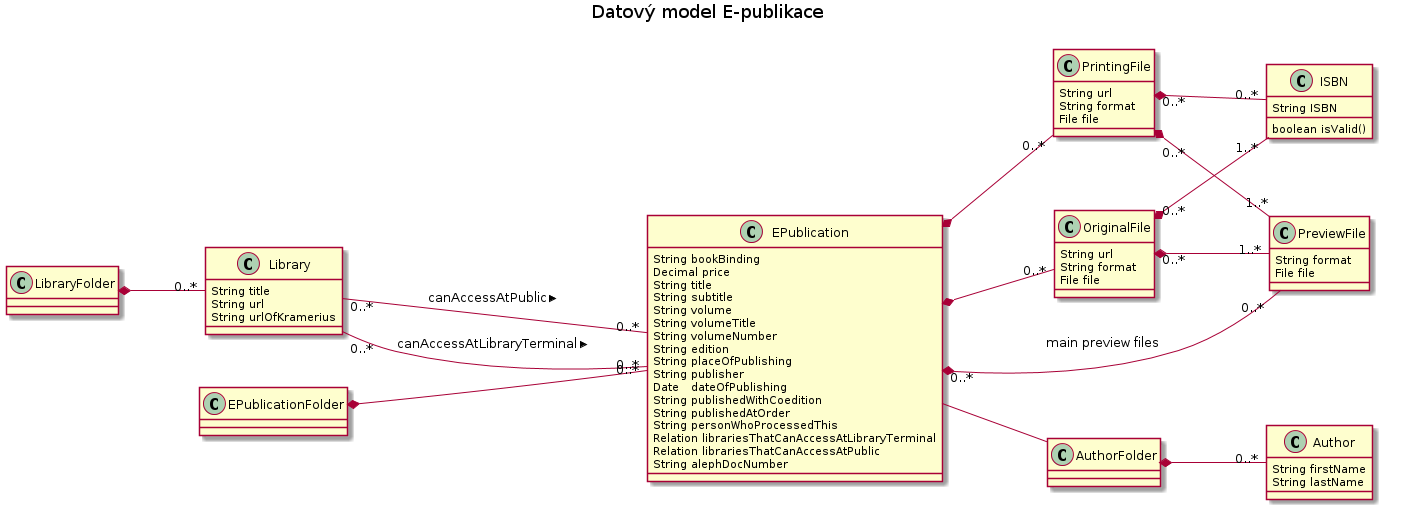
Before: docs/dm01.png, a diagram exported from PlantUML (edeposit/edeposit.policy).
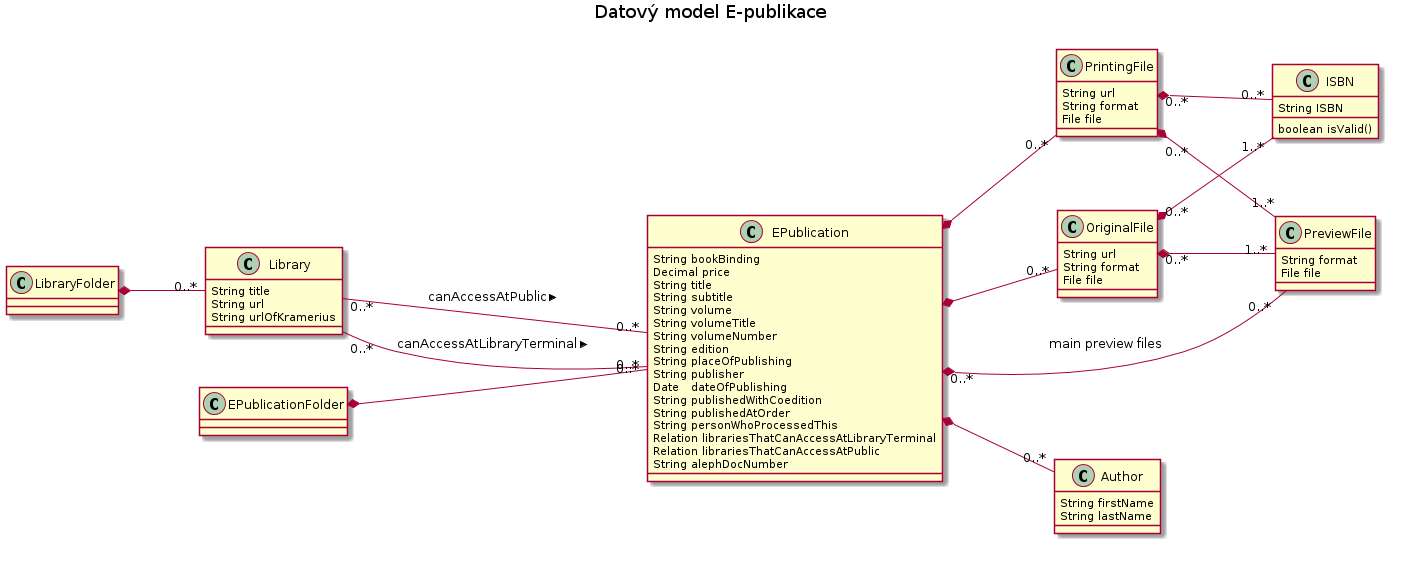
The same file after the commit.

Commit message:
author belong to epublication now. Folderish will be solved by dynamic collections.

Change to the diagram source:
```diff
@@ -28,10 +28,6 @@
 class Author {
       String firstName
       String lastName
-}
-
-class AuthorFolder {
-
 }
 
 class PrintingFile {
@@ -71,7 +67,7 @@
 Library "0..*" -- "0..*" EPublication: canAccessAtPublic >
 EPublication *-- "0..*" OriginalFile
 EPublication *-- "0..*" PrintingFile
-EPublication -- AuthorFolder
+EPublication *-- "0..*" Author
 EPublication "0..*" *-- "0..*" PreviewFile: main preview files
 OriginalFile "0..*" *-- "1..*" ISBN
 PrintingFile "0..*" *-- "0..*" ISBN
@@ -79,6 +75,5 @@
 PrintingFile "0..*" *-- "1..*" PreviewFile
 EPublicationFolder *-- "0..*" EPublication
 LibraryFolder *-- "0..*" Library
-AuthorFolder *-- "0..*" Author
 
 @enduml
```
